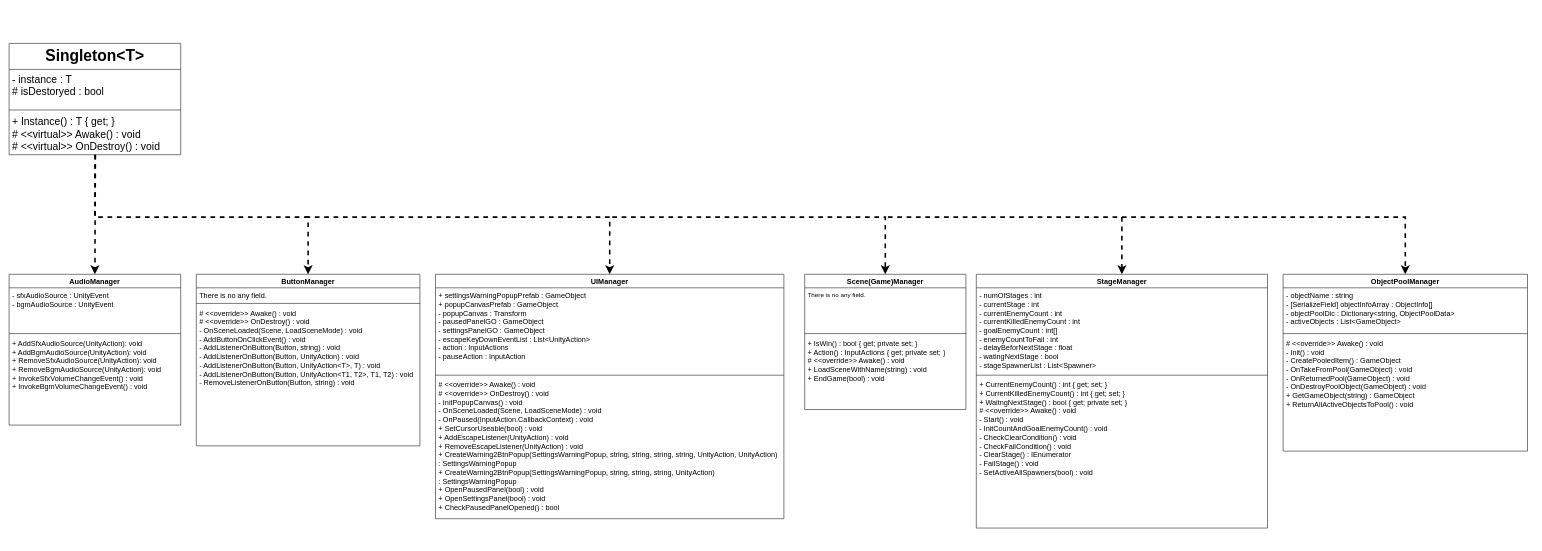
Mingyu0626/3DDefense_ComeUnity keeps this draw.io diagram as 옵저버 패턴 기반 클래스 다이어그램.drawio. Above is the earlier version. Source tidied: cells renumbered, new cells numbered last; positions are measured from the earlier drawing's top-left corner, leaving out a move shared by most shapes. Both pictures are drawn from the tidied source at 52%, with x=0, y=0 at pixel (9, 43).
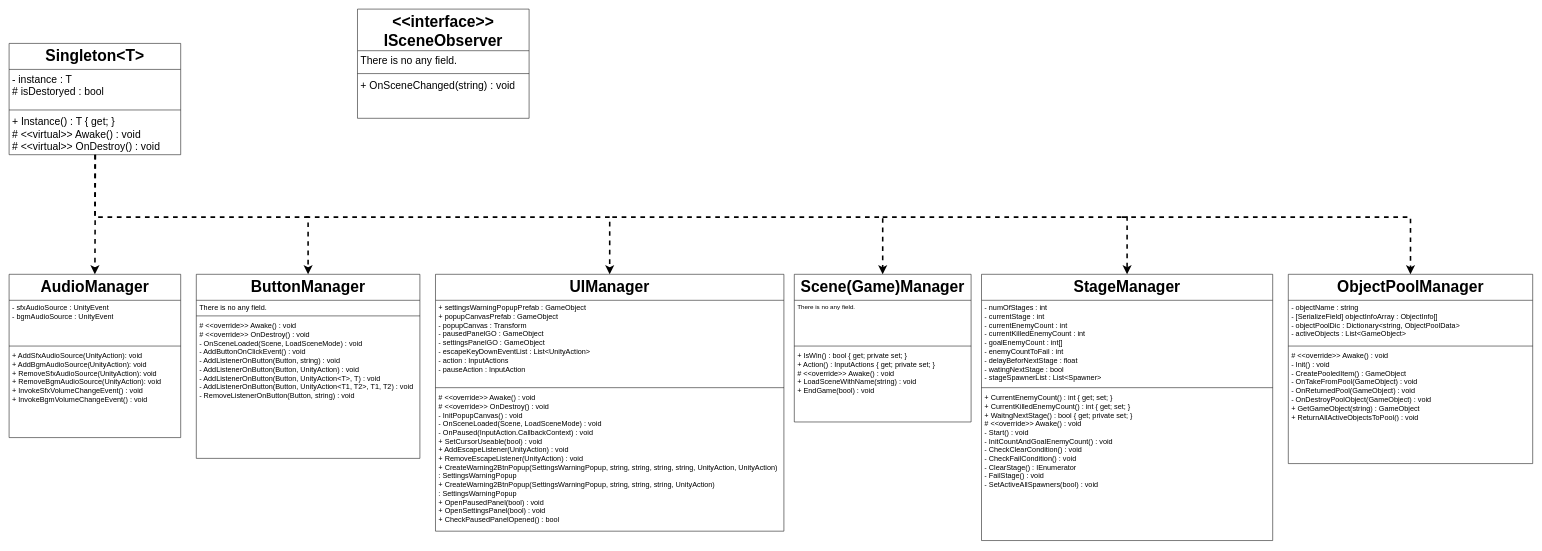
Above is the later version.

Commit message:
Docs | 클래스 다이어그램 SceneObserver 인터페이스 상속관계 작성

Diff of the diagram source:
```diff
@@
-    <mxCell id="2" value="&lt;font style=&quot;font-size: 14px;&quot;&gt;Scene(Game)Manager&lt;/font&gt;" style="swimlane;fontStyle=1;align=center;verticalAlign=top;horizontal=1;startSize=26;whiteSpace=wrap;html=1;" parent="1" vertex="1">
-      <mxGeometry x="1530" y="444" width="310" height="260" as="geometry" />
+    <mxCell id="2" value="&lt;font style=&quot;font-size: 30px;&quot;&gt;Scene(Game)Manager&lt;/font&gt;" style="swimlane;fontStyle=1;align=center;verticalAlign=top;horizontal=1;startSize=50;whiteSpace=wrap;html=1;" parent="1" vertex="1">
+      <mxGeometry x="1510" y="444" width="340" height="284" as="geometry" />
     </mxCell>
     <mxCell id="3" value="There is no any field." style="text;strokeColor=none;fillColor=none;align=left;verticalAlign=top;spacingLeft=4;spacingRight=4;overflow=hidden;whiteSpace=wrap;html=1;" parent="2" vertex="1">
-      <mxGeometry y="26" width="310" height="84" as="geometry" />
+      <mxGeometry y="50" width="340" height="84" as="geometry" />
     </mxCell>
     <mxCell id="4" style="line;strokeWidth=1;fillColor=none;align=left;verticalAlign=middle;spacingTop=-1;spacingLeft=3;spacingRight=3;labelPosition=right;strokeColor=inherit;" parent="2" vertex="1">
-      <mxGeometry y="110" width="310" height="8" as="geometry" />
+      <mxGeometry y="134" width="340" height="8" as="geometry" />
     </mxCell>
     <mxCell id="5" value="&lt;div&gt;&lt;span style=&quot;background-color: initial; font-size: 14px;&quot;&gt;+ IsWin() : bool { get; private set; }&lt;/span&gt;&lt;/div&gt;&lt;div&gt;&lt;font style=&quot;font-size: 14px;&quot;&gt;+ Action() : InputActions { get; private set; }&lt;/font&gt;&lt;/div&gt;&lt;div&gt;&lt;font style=&quot;font-size: 14px;&quot;&gt;# &amp;lt;&amp;lt;override&amp;gt;&amp;gt; Awake() : void&lt;/font&gt;&lt;/div&gt;&lt;font style=&quot;font-size: 14px;&quot;&gt;+ LoadSceneWithName(string) : void&lt;/font&gt;&lt;div style=&quot;font-size: 14px;&quot;&gt;&lt;font style=&quot;font-size: 14px;&quot;&gt;+ EndGame(bool) : void&lt;/font&gt;&lt;/div&gt;&lt;div style=&quot;font-size: 14px;&quot;&gt;&lt;font style=&quot;font-size: 14px;&quot;&gt;&lt;br&gt;&lt;/font&gt;&lt;/div&gt;" style="text;strokeColor=none;fillColor=none;align=left;verticalAlign=top;spacingLeft=4;spacingRight=4;overflow=hidden;whiteSpace=wrap;html=1;" parent="2" vertex="1">
-      <mxGeometry y="118" width="310" height="142" as="geometry" />
+      <mxGeometry y="142" width="340" height="142" as="geometry" />
     </mxCell>
@@
-    <mxCell id="11" value="&lt;font style=&quot;font-size: 14px;&quot;&gt;UIManager&lt;/font&gt;" style="swimlane;fontStyle=1;align=center;verticalAlign=top;horizontal=1;startSize=26;whiteSpace=wrap;html=1;" parent="1" vertex="1">
-      <mxGeometry x="820" y="444" width="670" height="470" as="geometry" />
+    <mxCell id="11" value="&lt;font style=&quot;font-size: 30px;&quot;&gt;UIManager&lt;/font&gt;" style="swimlane;fontStyle=1;align=center;verticalAlign=top;horizontal=1;startSize=50;whiteSpace=wrap;html=1;" parent="1" vertex="1">
+      <mxGeometry x="820" y="444" width="670" height="494" as="geometry" />
     </mxCell>
     <mxCell id="12" value="&lt;div&gt;&lt;span style=&quot;font-size: 14px;&quot;&gt;+ settingsWarningPopupPrefab : GameObject&lt;br&gt;+ popupCanvasPrefab : GameObject&lt;/span&gt;&lt;/div&gt;&lt;span style=&quot;font-size: 14px;&quot;&gt;- popupCanvas : Transform&lt;/span&gt;&lt;div&gt;&lt;span style=&quot;font-size: 14px;&quot;&gt;- pausedPanelGO : GameObject&lt;br&gt;- settingsPanelGO : GameObject&lt;br&gt;- escapeKeyDownEventList : List&amp;lt;UnityAction&amp;gt;&lt;br&gt;- action : InputActions&lt;br&gt;- pauseAction : InputAction&lt;/span&gt;&lt;/div&gt;" style="text;strokeColor=none;fillColor=none;align=left;verticalAlign=top;spacingLeft=4;spacingRight=4;overflow=hidden;whiteSpace=wrap;html=1;" parent="11" vertex="1">
-      <mxGeometry y="26" width="670" height="164" as="geometry" />
+      <mxGeometry y="50" width="670" height="164" as="geometry" />
     </mxCell>
     <mxCell id="13" style="line;strokeWidth=1;fillColor=none;align=left;verticalAlign=middle;spacingTop=-1;spacingLeft=3;spacingRight=3;labelPosition=right;strokeColor=inherit;" parent="11" vertex="1">
-      <mxGeometry y="190" width="670" height="8" as="geometry" />
+      <mxGeometry y="214" width="670" height="8" as="geometry" />
     </mxCell>
     <mxCell id="14" value="&lt;div&gt;&lt;div&gt;&lt;font style=&quot;font-size: 14px;&quot;&gt;# &amp;lt;&amp;lt;override&amp;gt;&amp;gt; Awake() : void&lt;/font&gt;&lt;/div&gt;&lt;div&gt;&lt;font style=&quot;font-size: 14px;&quot;&gt;# &amp;lt;&amp;lt;override&amp;gt;&amp;gt; OnDestroy() : void&lt;/font&gt;&lt;/div&gt;&lt;/div&gt;&lt;span style=&quot;font-size: 14px;&quot;&gt;- InitPopupCanvas() : void&lt;br&gt;- OnSceneLoaded(Scene, LoadSceneMode) : void&lt;br&gt;- OnPaused(InputAction.CallbackContext) : void&lt;br&gt;+ SetCursorUseable(bool) : void&lt;/span&gt;&lt;div&gt;&lt;span style=&quot;font-size: 14px;&quot;&gt;+ AddEscapeListener(UnityAction) : void&lt;br&gt;+ RemoveEscapeListener(UnityAction) : void&lt;br&gt;+ CreateWarning2BtnPopup(SettingsWarningPopup, string, string, string, string, UnityAction, UnityAction) :&amp;nbsp;&lt;/span&gt;&lt;span style=&quot;font-size: 14px; background-color: initial;&quot;&gt;SettingsWarningPopup&lt;/span&gt;&lt;/div&gt;&lt;div&gt;&lt;span style=&quot;font-size: 14px;&quot;&gt;+ CreateWarning2BtnPopup(SettingsWarningPopup, string, string, string, UnityAction) :&amp;nbsp;&lt;/span&gt;&lt;span style=&quot;background-color: initial; font-size: 14px;&quot;&gt;SettingsWarningPopup&lt;/span&gt;&lt;/div&gt;&lt;div&gt;&lt;span style=&quot;background-color: initial; font-size: 14px;&quot;&gt;+ OpenPausedPanel(bool) : void&lt;br&gt;+ OpenSettingsPanel(bool) : void&lt;br&gt;+ CheckPausedPanelOpened() : bool&lt;/span&gt;&lt;/div&gt;" style="text;strokeColor=none;fillColor=none;align=left;verticalAlign=top;spacingLeft=4;spacingRight=4;overflow=hidden;whiteSpace=wrap;html=1;" parent="11" vertex="1">
-      <mxGeometry y="198" width="670" height="272" as="geometry" />
+      <mxGeometry y="222" width="670" height="272" as="geometry" />
     </mxCell>
-    <mxCell id="15" value="&lt;font style=&quot;font-size: 14px;&quot;&gt;ButtonManager&lt;/font&gt;" style="swimlane;fontStyle=1;align=center;verticalAlign=top;horizontal=1;startSize=26;whiteSpace=wrap;html=1;" parent="1" vertex="1">
-      <mxGeometry x="360" y="444" width="430" height="330" as="geometry" />
+    <mxCell id="15" value="&lt;font style=&quot;font-size: 30px;&quot;&gt;ButtonManager&lt;/font&gt;" style="swimlane;fontStyle=1;align=center;verticalAlign=top;horizontal=1;startSize=50;whiteSpace=wrap;html=1;" parent="1" vertex="1">
+      <mxGeometry x="360" y="444" width="430" height="354" as="geometry" />
     </mxCell>
     <mxCell id="16" value="&lt;span style=&quot;font-size: 14px;&quot;&gt;There is no any field.&lt;/span&gt;" style="text;strokeColor=none;fillColor=none;align=left;verticalAlign=top;spacingLeft=4;spacingRight=4;overflow=hidden;whiteSpace=wrap;html=1;" parent="15" vertex="1">
-      <mxGeometry y="26" width="430" height="26" as="geometry" />
+      <mxGeometry y="50" width="430" height="26" as="geometry" />
     </mxCell>
     <mxCell id="17" style="line;strokeWidth=1;fillColor=none;align=left;verticalAlign=middle;spacingTop=-1;spacingLeft=3;spacingRight=3;labelPosition=right;strokeColor=inherit;" parent="15" vertex="1">
-      <mxGeometry y="52" width="430" height="8" as="geometry" />
+      <mxGeometry y="76" width="430" height="8" as="geometry" />
     </mxCell>
     <mxCell id="18" value="&lt;div&gt;&lt;font style=&quot;font-size: 14px;&quot;&gt;# &amp;lt;&amp;lt;override&amp;gt;&amp;gt; Awake() : void&lt;/font&gt;&lt;/div&gt;&lt;div&gt;&lt;font style=&quot;font-size: 14px;&quot;&gt;# &amp;lt;&amp;lt;override&amp;gt;&amp;gt; OnDestroy() : void&lt;/font&gt;&lt;/div&gt;&lt;font style=&quot;font-size: 14px;&quot;&gt;- OnSceneLoaded(Scene, LoadSceneMode) : void&lt;/font&gt;&lt;div&gt;&lt;div style=&quot;font-size: 14px;&quot;&gt;&lt;font style=&quot;font-size: 14px;&quot;&gt;- AddButtonOnClickEvent() : void&lt;/font&gt;&lt;/div&gt;&lt;div style=&quot;font-size: 14px;&quot;&gt;&lt;font style=&quot;font-size: 14px;&quot;&gt;- AddListenerOnButton(Button, string) : void&lt;/font&gt;&lt;/div&gt;&lt;div style=&quot;font-size: 14px;&quot;&gt;&lt;font style=&quot;font-size: 14px;&quot;&gt;- AddListenerOnButton(Button, UnityAction) : void&lt;/font&gt;&lt;/div&gt;&lt;div style=&quot;font-size: 14px;&quot;&gt;&lt;font style=&quot;font-size: 14px;&quot;&gt;- AddListenerOnButton(Button, UnityAction&amp;lt;T&amp;gt;, T) : void&lt;/font&gt;&lt;/div&gt;&lt;div style=&quot;font-size: 14px;&quot;&gt;&lt;font style=&quot;font-size: 14px;&quot;&gt;- AddListenerOnButton(Button, UnityAction&amp;lt;T1, T2&amp;gt;, T1, T2) : void&lt;/font&gt;&lt;/div&gt;&lt;div style=&quot;font-size: 14px;&quot;&gt;&lt;font style=&quot;font-size: 14px;&quot;&gt;- RemoveListenerOnButton(Button, string) : void&lt;/font&gt;&lt;/div&gt;&lt;/div&gt;" style="text;strokeColor=none;fillColor=none;align=left;verticalAlign=top;spacingLeft=4;spacingRight=4;overflow=hidden;whiteSpace=wrap;html=1;" parent="15" vertex="1">
-      <mxGeometry y="60" width="430" height="270" as="geometry" />
+      <mxGeometry y="84" width="430" height="270" as="geometry" />
     </mxCell>
-    <mxCell id="19" value="&lt;font style=&quot;font-size: 14px;&quot;&gt;AudioManager&lt;/font&gt;" style="swimlane;fontStyle=1;align=center;verticalAlign=top;horizontal=1;startSize=26;whiteSpace=wrap;html=1;" parent="1" vertex="1">
-      <mxGeometry y="444" width="330" height="290" as="geometry" />
+    <mxCell id="19" value="&lt;font style=&quot;font-size: 30px;&quot;&gt;AudioManager&lt;/font&gt;" style="swimlane;fontStyle=1;align=center;verticalAlign=top;horizontal=1;startSize=50;whiteSpace=wrap;html=1;" parent="1" vertex="1">
+      <mxGeometry y="444" width="330" height="314" as="geometry" />
     </mxCell>
     <mxCell id="20" value="&lt;font style=&quot;font-size: 14px;&quot;&gt;- sfxAudioSource : UnityEvent&lt;/font&gt;&lt;div style=&quot;font-size: 14px;&quot;&gt;&lt;font style=&quot;font-size: 14px;&quot;&gt;- bgmAudioSource : UnityEvent&lt;/font&gt;&lt;/div&gt;" style="text;strokeColor=none;fillColor=none;align=left;verticalAlign=top;spacingLeft=4;spacingRight=4;overflow=hidden;whiteSpace=wrap;html=1;" parent="19" vertex="1">
-      <mxGeometry y="26" width="330" height="84" as="geometry" />
+      <mxGeometry y="50" width="330" height="84" as="geometry" />
     </mxCell>
     <mxCell id="21" style="line;strokeWidth=1;fillColor=none;align=left;verticalAlign=middle;spacingTop=-1;spacingLeft=3;spacingRight=3;labelPosition=right;strokeColor=inherit;" parent="19" vertex="1">
-      <mxGeometry y="110" width="330" height="8" as="geometry" />
+      <mxGeometry y="134" width="330" height="8" as="geometry" />
     </mxCell>
     <mxCell id="22" value="&lt;font style=&quot;font-size: 14px;&quot;&gt;+ AddSfxAudioSource(UnityAction): void&lt;/font&gt;&lt;div style=&quot;font-size: 14px;&quot;&gt;&lt;span style=&quot;background-color: initial;&quot;&gt;&lt;font style=&quot;font-size: 14px;&quot;&gt;+ AddBgmAudioSource(UnityAction): void&lt;/font&gt;&lt;/span&gt;&lt;/div&gt;&lt;div style=&quot;font-size: 14px;&quot;&gt;&lt;font style=&quot;font-size: 14px;&quot;&gt;+ RemoveSfxAudioSource(UnityAction): void&lt;span style=&quot;background-color: initial;&quot;&gt;&lt;/span&gt;&lt;/font&gt;&lt;/div&gt;&lt;div style=&quot;font-size: 14px;&quot;&gt;&lt;font style=&quot;font-size: 14px;&quot;&gt;+ RemoveBgmAudioSource(UnityAction): void&lt;/font&gt;&lt;/div&gt;&lt;div style=&quot;font-size: 14px;&quot;&gt;&lt;font style=&quot;font-size: 14px;&quot;&gt;+ InvokeSfxVolumeChangeEvent() : void&lt;br&gt;+ InvokeBgmVolumeChangeEvent() : void&lt;/font&gt;&lt;/div&gt;" style="text;strokeColor=none;fillColor=none;align=left;verticalAlign=top;spacingLeft=4;spacingRight=4;overflow=hidden;whiteSpace=wrap;html=1;" parent="19" vertex="1">
-      <mxGeometry y="118" width="330" height="172" as="geometry" />
+      <mxGeometry y="142" width="330" height="172" as="geometry" />
     </mxCell>
-    <mxCell id="23" value="&lt;font style=&quot;font-size: 14px;&quot;&gt;StageManager&lt;/font&gt;" style="swimlane;fontStyle=1;align=center;verticalAlign=top;horizontal=1;startSize=26;whiteSpace=wrap;html=1;" parent="1" vertex="1">
-      <mxGeometry x="1860" y="444" width="560" height="488" as="geometry" />
+    <mxCell id="23" value="&lt;font style=&quot;font-size: 30px;&quot;&gt;StageManager&lt;/font&gt;" style="swimlane;fontStyle=1;align=center;verticalAlign=top;horizontal=1;startSize=50;whiteSpace=wrap;html=1;" parent="1" vertex="1">
+      <mxGeometry x="1870" y="444" width="560" height="512" as="geometry" />
     </mxCell>
     <mxCell id="24" value="&lt;span style=&quot;font-size: 14px;&quot;&gt;- numOfStages : int&lt;/span&gt;&lt;div&gt;&lt;span style=&quot;font-size: 14px;&quot;&gt;- currentStage : int&lt;/span&gt;&lt;/div&gt;&lt;div&gt;&lt;span style=&quot;font-size: 14px;&quot;&gt;- currentEnemyCount : int&lt;/span&gt;&lt;/div&gt;&lt;div&gt;&lt;span style=&quot;font-size: 14px;&quot;&gt;- currentKilledEnemyCount : int&lt;/span&gt;&lt;/div&gt;&lt;div&gt;&lt;span style=&quot;font-size: 14px;&quot;&gt;- goalEnemyCount : int[]&lt;br&gt;- enemyCountToFail : int&lt;/span&gt;&lt;/div&gt;&lt;div&gt;&lt;span style=&quot;font-size: 14px;&quot;&gt;- delayBeforNextStage : float&lt;/span&gt;&lt;/div&gt;&lt;div&gt;&lt;span style=&quot;font-size: 14px;&quot;&gt;- watingNextStage : bool&lt;/span&gt;&lt;/div&gt;&lt;div&gt;&lt;span style=&quot;font-size: 14px;&quot;&gt;- stageSpawnerList : List&amp;lt;Spawner&amp;gt;&lt;/span&gt;&lt;/div&gt;" style="text;strokeColor=none;fillColor=none;align=left;verticalAlign=top;spacingLeft=4;spacingRight=4;overflow=hidden;whiteSpace=wrap;html=1;" parent="23" vertex="1">
-      <mxGeometry y="26" width="560" height="164" as="geometry" />
+      <mxGeometry y="50" width="560" height="164" as="geometry" />
     </mxCell>
     <mxCell id="25" style="line;strokeWidth=1;fillColor=none;align=left;verticalAlign=middle;spacingTop=-1;spacingLeft=3;spacingRight=3;labelPosition=right;strokeColor=inherit;" parent="23" vertex="1">
-      <mxGeometry y="190" width="560" height="8" as="geometry" />
+      <mxGeometry y="214" width="560" height="8" as="geometry" />
     </mxCell>
     <mxCell id="26" value="&lt;span style=&quot;font-size: 14px;&quot;&gt;+ CurrentEnemyCount() : int { get; set; }&lt;br&gt;+ CurrentKilledEnemyCount() : int { get; set; }&lt;br&gt;+ WaitngNextStage() : bool { get; private set; }&lt;br&gt;&lt;/span&gt;&lt;span style=&quot;font-size: 14px;&quot;&gt;# &amp;lt;&amp;lt;override&amp;gt;&amp;gt; Awake() : void&lt;/span&gt;&lt;span style=&quot;font-size: 14px;&quot;&gt;&lt;/span&gt;&lt;div&gt;&lt;span style=&quot;font-size: 14px;&quot;&gt;- Start() : void&lt;/span&gt;&lt;/div&gt;&lt;div&gt;&lt;span style=&quot;font-size: 14px;&quot;&gt;- InitCountAndGoalEnemyCount() : void&lt;br&gt;- CheckClearCondition() : void&lt;br&gt;- CheckFailCondition() : void&lt;/span&gt;&lt;/div&gt;&lt;div&gt;&lt;span style=&quot;font-size: 14px;&quot;&gt;- ClearStage() : IEnumerator&lt;br&gt;- FailStage() : void&lt;br&gt;- SetActiveAllSpawners(bool) : void&lt;/span&gt;&lt;/div&gt;" style="text;strokeColor=none;fillColor=none;align=left;verticalAlign=top;spacingLeft=4;spacingRight=4;overflow=hidden;whiteSpace=wrap;html=1;" parent="23" vertex="1">
-      <mxGeometry y="198" width="560" height="290" as="geometry" />
+      <mxGeometry y="222" width="560" height="290" as="geometry" />
     </mxCell>
-    <mxCell id="27" value="&lt;font style=&quot;font-size: 14px;&quot;&gt;ObjectPoolManager&lt;/font&gt;" style="swimlane;fontStyle=1;align=center;verticalAlign=top;horizontal=1;startSize=26;whiteSpace=wrap;html=1;" parent="1" vertex="1">
-      <mxGeometry x="2450" y="444" width="470" height="340" as="geometry" />
+    <mxCell id="27" value="&lt;font style=&quot;font-size: 30px;&quot;&gt;ObjectPoolManager&lt;/font&gt;" style="swimlane;fontStyle=1;align=center;verticalAlign=top;horizontal=1;startSize=50;whiteSpace=wrap;html=1;" parent="1" vertex="1">
+      <mxGeometry x="2460" y="444" width="470" height="364" as="geometry" />
     </mxCell>
     <mxCell id="28" value="&lt;span style=&quot;font-size: 14px;&quot;&gt;- objectName : string&lt;br&gt;- [SerializeField] objectInfoArray : ObjectInfo[]&lt;/span&gt;&lt;div&gt;&lt;span style=&quot;font-size: 14px;&quot;&gt;- objectPoolDic : Dictionary&amp;lt;string, ObjectPoolData&amp;gt;&lt;br&gt;- activeObjects : List&amp;lt;GameObject&amp;gt;&lt;/span&gt;&lt;/div&gt;" style="text;strokeColor=none;fillColor=none;align=left;verticalAlign=top;spacingLeft=4;spacingRight=4;overflow=hidden;whiteSpace=wrap;html=1;" parent="27" vertex="1">
-      <mxGeometry y="26" width="470" height="84" as="geometry" />
+      <mxGeometry y="50" width="470" height="84" as="geometry" />
     </mxCell>
     <mxCell id="29" style="line;strokeWidth=1;fillColor=none;align=left;verticalAlign=middle;spacingTop=-1;spacingLeft=3;spacingRight=3;labelPosition=right;strokeColor=inherit;" parent="27" vertex="1">
-      <mxGeometry y="110" width="470" height="8" as="geometry" />
+      <mxGeometry y="134" width="470" height="8" as="geometry" />
     </mxCell>
     <mxCell id="30" value="&lt;span style=&quot;font-size: 14px;&quot;&gt;# &amp;lt;&amp;lt;override&amp;gt;&amp;gt; Awake() : void&lt;/span&gt;&lt;div&gt;&lt;span style=&quot;font-size: 14px;&quot;&gt;- Init() : void&lt;/span&gt;&lt;/div&gt;&lt;div&gt;&lt;span style=&quot;font-size: 14px;&quot;&gt;- CreatePooledItem() : GameObject&lt;br&gt;- OnTakeFromPool(GameObject) : void&lt;br&gt;- OnReturnedPool(GameObject) : void&lt;br&gt;- OnDestroyPoolObject(GameObject) : void&lt;br&gt;+ GetGameObject(string) : GameObject&lt;br&gt;+ ReturnAllActiveObjectsToPool() : void&amp;nbsp;&lt;/span&gt;&lt;/div&gt;" style="text;strokeColor=none;fillColor=none;align=left;verticalAlign=top;spacingLeft=4;spacingRight=4;overflow=hidden;whiteSpace=wrap;html=1;" parent="27" vertex="1">
-      <mxGeometry y="118" width="470" height="222" as="geometry" />
+      <mxGeometry y="142" width="470" height="222" as="geometry" />
     </mxCell>
@@
     <mxCell id="33" style="edgeStyle=none;curved=0;rounded=0;jettySize=auto;html=1;entryX=0.5;entryY=0;entryDx=0;entryDy=0;fontSize=12;startSize=8;endSize=8;dashed=1;strokeWidth=3;" parent="1" edge="1" target="2">
       <mxGeometry relative="1" as="geometry">
         <mxPoint x="1160" y="334" as="sourcePoint" />
         <Array as="points">
-          <mxPoint x="1685" y="334" />
+          <mxPoint x="1680" y="334" />
         </Array>
       </mxGeometry>
     </mxCell>
     <mxCell id="34" style="edgeStyle=none;curved=0;rounded=0;jettySize=auto;html=1;entryX=0.5;entryY=0;entryDx=0;entryDy=0;fontSize=12;startSize=8;endSize=8;dashed=1;strokeWidth=3;" parent="1" edge="1" target="23">
       <mxGeometry relative="1" as="geometry">
-        <mxPoint x="1690" y="334" as="sourcePoint" />
+        <mxPoint x="1680" y="334" as="sourcePoint" />
         <Array as="points">
-          <mxPoint x="2140" y="334" />
+          <mxPoint x="2150" y="334" />
         </Array>
       </mxGeometry>
     </mxCell>
     <mxCell id="35" style="edgeStyle=none;curved=0;rounded=0;jettySize=auto;html=1;entryX=0.5;entryY=0;entryDx=0;entryDy=0;fontSize=12;startSize=8;endSize=8;dashed=1;strokeWidth=3;" parent="1" edge="1" target="27">
       <mxGeometry relative="1" as="geometry">
         <mxPoint x="2140" y="334" as="sourcePoint" />
         <Array as="points">
-          <mxPoint x="2685" y="334" />
+          <mxPoint x="2695" y="334" />
         </Array>
       </mxGeometry>
     </mxCell>
+    <mxCell id="36" value="&lt;div&gt;&lt;span style=&quot;font-size: 30px;&quot;&gt;&amp;lt;&amp;lt;interface&amp;gt;&amp;gt;&lt;/span&gt;&lt;/div&gt;&lt;span style=&quot;font-size: 30px;&quot;&gt;ISceneObserver&lt;/span&gt;" style="swimlane;fontStyle=1;align=center;verticalAlign=top;horizontal=1;startSize=80;whiteSpace=wrap;html=1;" parent="1" vertex="1">
+      <mxGeometry x="670" y="-66" width="330" height="210" as="geometry" />
+    </mxCell>
+    <mxCell id="37" value="&lt;div style=&quot;font-size: 20px;&quot;&gt;There is no any field.&lt;/div&gt;" style="text;strokeColor=none;fillColor=none;align=left;verticalAlign=top;spacingLeft=4;spacingRight=4;overflow=hidden;whiteSpace=wrap;html=1;" parent="36" vertex="1">
+      <mxGeometry y="80" width="330" height="40" as="geometry" />
+    </mxCell>
+    <mxCell id="38" style="line;strokeWidth=1;fillColor=none;align=left;verticalAlign=middle;spacingTop=-1;spacingLeft=3;spacingRight=3;labelPosition=right;strokeColor=inherit;" parent="36" vertex="1">
+      <mxGeometry y="120" width="330" height="8" as="geometry" />
+    </mxCell>
+    <mxCell id="39" value="&lt;font style=&quot;font-size: 20px;&quot;&gt;+ OnSceneChanged(string) : void&lt;/font&gt;" style="text;strokeColor=none;fillColor=none;align=left;verticalAlign=top;spacingLeft=4;spacingRight=4;overflow=hidden;whiteSpace=wrap;html=1;" parent="36" vertex="1">
+      <mxGeometry y="128" width="330" height="82" as="geometry" />
+    </mxCell>
```
